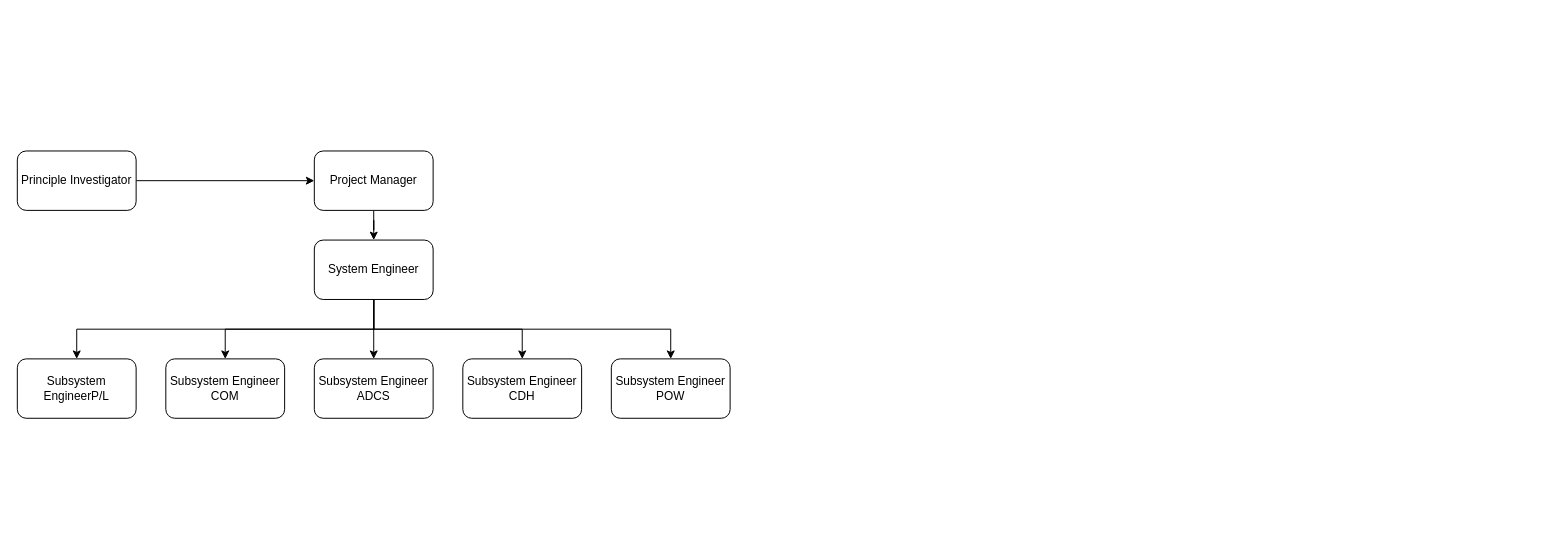
JanThoemel/drawIO keeps this draw.io diagram as TeachingDiagrams.drawio. Above is the earlier version. Source tidied: cells renumbered, new cells numbered last; positions are measured from the earlier drawing's top-left corner, leaving out a move shared by most shapes. Both pictures are drawn from the tidied source at 99%, with x=0, y=0 at pixel (17, 150).
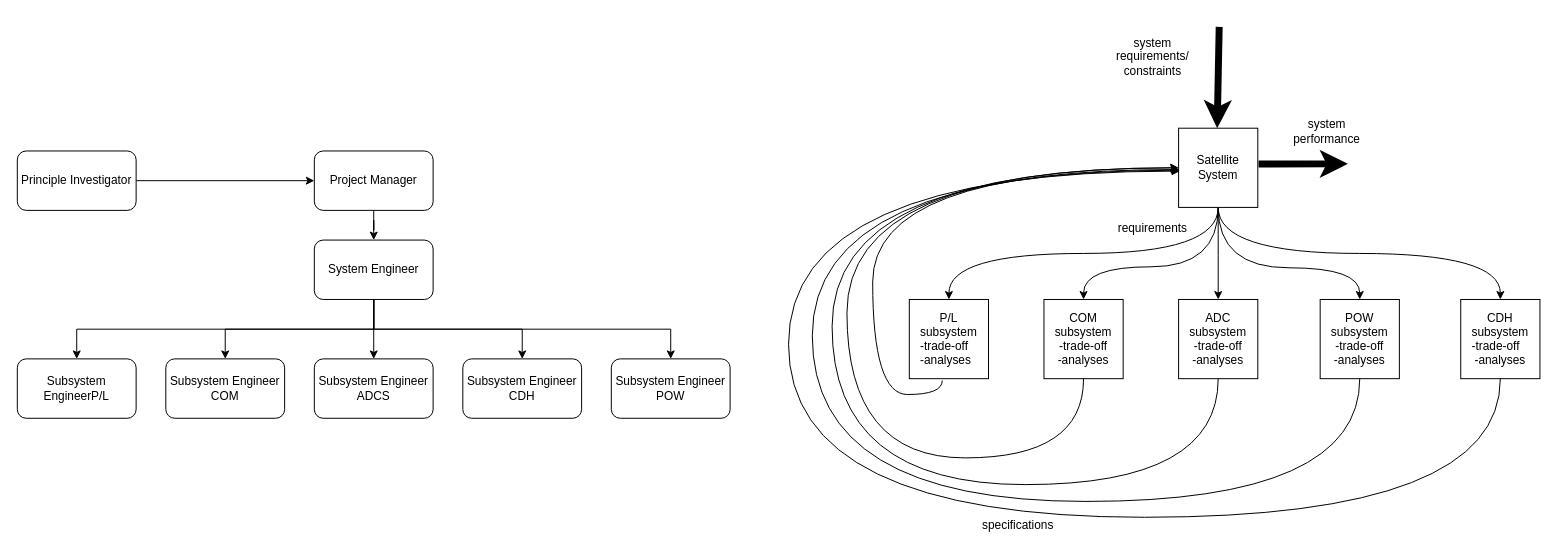
The same page after the edit.

What changed in the source:
```diff
@@
+    <mxCell id="17" style="edgeStyle=orthogonalEdgeStyle;rounded=0;jettySize=auto;html=1;exitX=0.5;exitY=1;exitDx=0;exitDy=0;entryX=0.5;entryY=0;entryDx=0;entryDy=0;curved=1;" parent="1" edge="1" source="22" target="28">
+      <mxGeometry relative="1" as="geometry" />
+    </mxCell>
+    <mxCell id="18" style="edgeStyle=orthogonalEdgeStyle;rounded=0;jettySize=auto;html=1;exitX=0.5;exitY=1;exitDx=0;exitDy=0;curved=1;" parent="1" edge="1" source="22" target="23">
+      <mxGeometry relative="1" as="geometry">
+        <Array as="points">
+          <mxPoint x="1213" y="117" />
+          <mxPoint x="1077" y="117" />
+        </Array>
+      </mxGeometry>
+    </mxCell>
+    <mxCell id="19" style="edgeStyle=orthogonalEdgeStyle;rounded=0;jettySize=auto;html=1;exitX=0.5;exitY=1;exitDx=0;exitDy=0;entryX=0.5;entryY=0;entryDx=0;entryDy=0;curved=1;" parent="1" edge="1" source="22" target="25">
+      <mxGeometry relative="1" as="geometry" />
+    </mxCell>
+    <mxCell id="20" style="edgeStyle=orthogonalEdgeStyle;rounded=0;jettySize=auto;html=1;exitX=0.5;exitY=1;exitDx=0;exitDy=0;curved=1;" parent="1" edge="1" source="22" target="26">
+      <mxGeometry relative="1" as="geometry">
+        <Array as="points">
+          <mxPoint x="1213" y="118" />
+          <mxPoint x="1356" y="118" />
+        </Array>
+      </mxGeometry>
+    </mxCell>
+    <mxCell id="21" style="edgeStyle=orthogonalEdgeStyle;rounded=0;jettySize=auto;html=1;exitX=0.5;exitY=1;exitDx=0;exitDy=0;entryX=0.5;entryY=0;entryDx=0;entryDy=0;curved=1;" parent="1" edge="1" source="22" target="27">
+      <mxGeometry relative="1" as="geometry" />
+    </mxCell>
+    <mxCell id="22" value="Satellite System" style="whiteSpace=wrap;html=1;" parent="1" vertex="1">
+      <mxGeometry x="1173" y="-23" width="80" height="80" as="geometry" />
+    </mxCell>
+    <mxCell id="23" value="&lt;div&gt;COM subsystem&lt;/div&gt;&lt;div&gt;-trade-off&lt;/div&gt;&lt;div&gt;-analyses&lt;/div&gt;" style="whiteSpace=wrap;html=1;" parent="1" vertex="1">
+      <mxGeometry x="1037" y="150" width="80" height="80" as="geometry" />
+    </mxCell>
+    <mxCell id="24" style="edgeStyle=orthogonalEdgeStyle;rounded=0;jettySize=auto;html=1;exitX=0.5;exitY=1;exitDx=0;exitDy=0;entryX=0;entryY=0.5;entryDx=0;entryDy=0;curved=1;" parent="1" edge="1" source="25" target="22">
+      <mxGeometry relative="1" as="geometry">
+        <Array as="points">
+          <mxPoint x="1213" y="337" />
+          <mxPoint x="823" y="337" />
+          <mxPoint x="823" y="17" />
+        </Array>
+      </mxGeometry>
+    </mxCell>
+    <mxCell id="25" value="&lt;div&gt;ADC subsystem&lt;/div&gt;&lt;div&gt;-trade-off&lt;/div&gt;&lt;div&gt;-analyses&lt;/div&gt;" style="whiteSpace=wrap;html=1;" parent="1" vertex="1">
+      <mxGeometry x="1173" y="150" width="80" height="80" as="geometry" />
+    </mxCell>
+    <mxCell id="26" value="&lt;div&gt;POW subsystem&lt;/div&gt;&lt;div&gt;-trade-off&lt;/div&gt;&lt;div&gt;-analyses&lt;/div&gt;" style="whiteSpace=wrap;html=1;" parent="1" vertex="1">
+      <mxGeometry x="1316" y="150" width="80" height="80" as="geometry" />
+    </mxCell>
+    <mxCell id="27" value="CDH&lt;br&gt;subsystem&lt;div align=&quot;left&quot;&gt;-trade-off&lt;/div&gt;-analyses" style="whiteSpace=wrap;html=1;" parent="1" vertex="1">
+      <mxGeometry x="1458" y="150" width="80" height="80" as="geometry" />
+    </mxCell>
+    <mxCell id="28" value="P/L&lt;br&gt;subsystem&lt;div align=&quot;left&quot;&gt;-trade-off&lt;/div&gt;&lt;div align=&quot;left&quot;&gt;-analyses&lt;/div&gt;" style="whiteSpace=wrap;html=1;" parent="1" vertex="1">
+      <mxGeometry x="901" y="150" width="80" height="80" as="geometry" />
+    </mxCell>
+    <mxCell id="29" style="edgeStyle=orthogonalEdgeStyle;rounded=0;jettySize=auto;html=1;exitX=0.5;exitY=1;exitDx=0;exitDy=0;entryX=0;entryY=0.5;entryDx=0;entryDy=0;curved=1;" parent="1" edge="1" source="23" target="22">
+      <mxGeometry relative="1" as="geometry">
+        <Array as="points">
+          <mxPoint x="1077" y="310" />
+          <mxPoint x="838" y="310" />
+          <mxPoint x="838" y="17" />
+        </Array>
+      </mxGeometry>
+    </mxCell>
+    <mxCell id="30" style="edgeStyle=orthogonalEdgeStyle;rounded=0;jettySize=auto;html=1;exitX=0.416;exitY=1.023;exitDx=0;exitDy=0;entryX=0.006;entryY=0.522;entryDx=0;entryDy=0;curved=1;exitPerimeter=0;entryPerimeter=0;" parent="1" edge="1" source="28" target="22">
+      <mxGeometry relative="1" as="geometry">
+        <Array as="points">
+          <mxPoint x="934" y="246" />
+          <mxPoint x="864" y="246" />
+          <mxPoint x="864" y="19" />
+        </Array>
+      </mxGeometry>
+    </mxCell>
+    <mxCell id="31" style="edgeStyle=orthogonalEdgeStyle;rounded=0;jettySize=auto;html=1;exitX=0.5;exitY=1;exitDx=0;exitDy=0;entryX=0.015;entryY=0.531;entryDx=0;entryDy=0;curved=1;entryPerimeter=0;" parent="1" edge="1" source="26" target="22">
+      <mxGeometry relative="1" as="geometry">
+        <Array as="points">
+          <mxPoint x="1356" y="354" />
+          <mxPoint x="803" y="354" />
+          <mxPoint x="803" y="19" />
+        </Array>
+      </mxGeometry>
+    </mxCell>
+    <mxCell id="32" style="edgeStyle=orthogonalEdgeStyle;rounded=0;jettySize=auto;html=1;exitX=0.5;exitY=1;exitDx=0;exitDy=0;curved=1;entryX=0.018;entryY=0.542;entryDx=0;entryDy=0;entryPerimeter=0;" parent="1" edge="1" source="27" target="22">
+      <mxGeometry relative="1" as="geometry">
+        <Array as="points">
+          <mxPoint x="1498" y="370" />
+          <mxPoint x="779" y="370" />
+          <mxPoint x="779" y="20" />
+        </Array>
+      </mxGeometry>
+    </mxCell>
+    <mxCell id="33" value="requirements" style="text;html=1;strokeColor=none;fillColor=none;align=center;verticalAlign=middle;whiteSpace=wrap;rounded=0;" parent="1" vertex="1">
+      <mxGeometry x="1117" y="63" width="60" height="30" as="geometry" />
+    </mxCell>
+    <mxCell id="34" value="specifications" style="text;html=1;strokeColor=none;fillColor=none;align=center;verticalAlign=middle;whiteSpace=wrap;rounded=0;" parent="1" vertex="1">
+      <mxGeometry x="981" y="363" width="60" height="30" as="geometry" />
+    </mxCell>
+    <mxCell id="35" style="endArrow=classic;html=1;rounded=0;entryX=0.413;entryY=-0.008;entryDx=0;entryDy=0;entryPerimeter=0;strokeWidth=7;" parent="1" edge="1">
+      <mxGeometry relative="1" as="geometry">
+        <mxPoint x="1214" y="-125.4" as="sourcePoint" />
+        <mxPoint x="1212" y="-23" as="targetPoint" />
+      </mxGeometry>
+    </mxCell>
+    <mxCell id="36" value="system performance" style="text;html=1;strokeColor=none;fillColor=none;align=center;verticalAlign=middle;whiteSpace=wrap;rounded=0;" parent="1" vertex="1">
+      <mxGeometry x="1293" y="-35" width="60" height="30" as="geometry" />
+    </mxCell>
+    <mxCell id="37" style="endArrow=classic;html=1;rounded=0;strokeWidth=7;exitX=1.01;exitY=0.452;exitDx=0;exitDy=0;exitPerimeter=0;" parent="1" edge="1" source="22">
+      <mxGeometry relative="1" as="geometry">
+        <mxPoint x="1344" y="13" as="targetPoint" />
+      </mxGeometry>
+    </mxCell>
+    <mxCell id="38" value="&lt;div&gt;system requirements/ constraints&lt;br&gt;&lt;/div&gt;" style="text;html=1;strokeColor=none;fillColor=none;align=center;verticalAlign=middle;whiteSpace=wrap;rounded=0;" parent="1" vertex="1">
+      <mxGeometry x="1117" y="-110" width="60" height="30" as="geometry" />
+    </mxCell>
```
